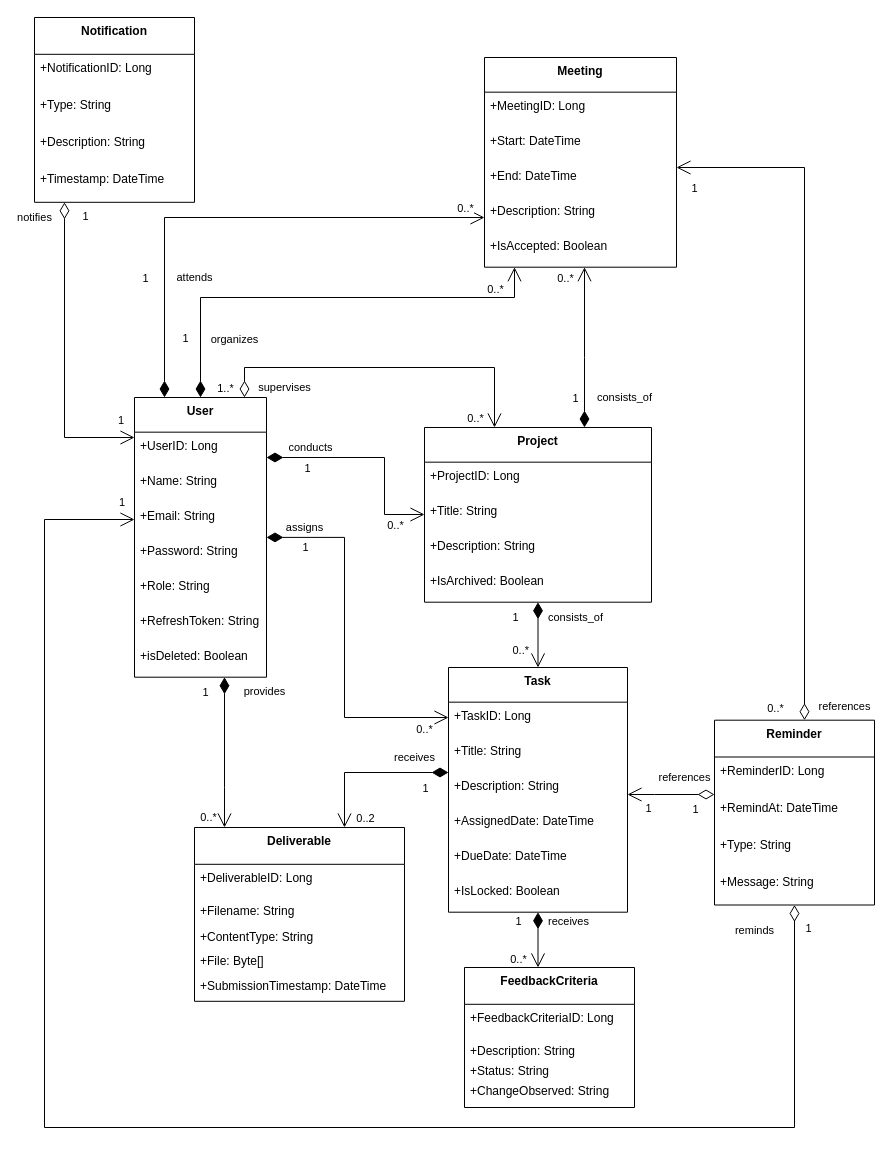
This is UML/Class Diagrams/Domain Class Diagram.drawio from Beginner50/Dissertation, a draw.io file, before an edit. Source tidied: cells renumbered, new cells numbered last; positions are measured from the earlier drawing's top-left corner, leaving out a move shared by most shapes. Both pictures are drawn from the tidied source at 100%, with x=0, y=0 at pixel (34, 17).
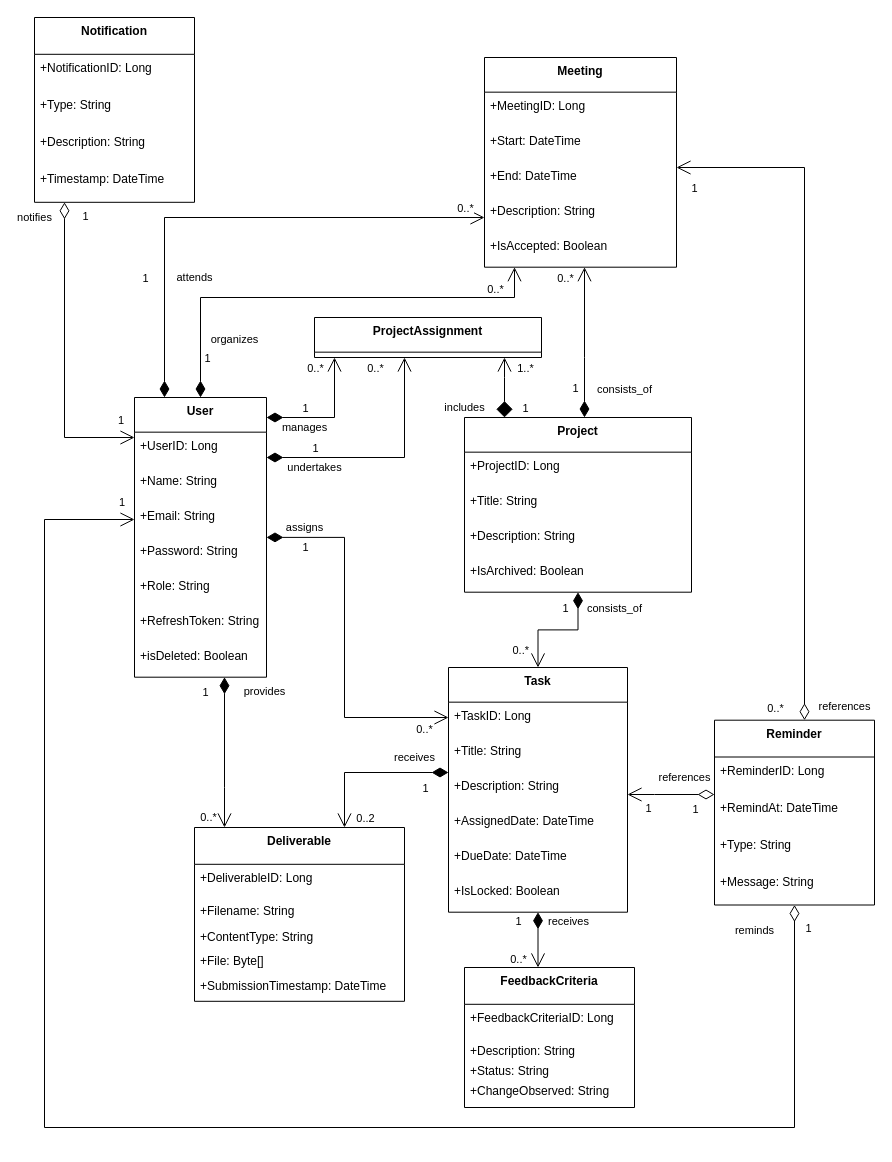
The same diagram, later.

The change refers to these unchanged cells:
```xml
<mxCell id="2" value="User" style="swimlane;fontStyle=1;align=center;verticalAlign=top;horizontal=1;startSize=34.666666666666664;" parent="1" vertex="1">
  <mxGeometry x="100" y="380" width="132" height="279.7" as="geometry" />
</mxCell>
<mxCell id="15" value="Task" style="swimlane;fontStyle=1;align=center;verticalAlign=top;horizontal=1;startSize=34.666666666666664;" parent="1" vertex="1">
  <mxGeometry x="414" y="650" width="179" height="244.7" as="geometry" />
</mxCell>
<mxCell id="53" value="organizes" style="endArrow=open;html=1;endSize=12;startArrow=diamondThin;startSize=14;startFill=1;edgeStyle=orthogonalEdgeStyle;rounded=0;" parent="1" edge="1" source="2" target="56">
  <mxGeometry x="-0.74" y="-34" relative="1" as="geometry">
    <Array as="points">
      <mxPoint x="166" y="280" />
      <mxPoint x="480" y="280" />
    </Array>
  </mxGeometry>
</mxCell>
```

Diff of the diagram source:
```diff
@@
     <mxCell id="10" value="Project" style="swimlane;fontStyle=1;align=center;verticalAlign=top;horizontal=1;startSize=34.666666666666664;" parent="1" vertex="1">
-      <mxGeometry x="390" y="410" width="227" height="174.7" as="geometry" />
+      <mxGeometry x="430" y="400" width="227" height="174.7" as="geometry" />
     </mxCell>
@@
     <mxCell id="22" value="consists_of" style="endArrow=open;html=1;endSize=12;startArrow=diamondThin;startSize=14;startFill=1;edgeStyle=orthogonalEdgeStyle;rounded=0;" parent="1" edge="1" source="10" target="15">
-      <mxGeometry x="-0.53" y="37" relative="1" as="geometry" />
+      <mxGeometry x="-0.73" y="36" relative="1" as="geometry" />
     </mxCell>
@@
     <mxCell id="24" value="1" style="edgeLabel;html=1;align=center;verticalAlign=middle;" parent="22" vertex="1">
       <mxGeometry x="-0.13" y="-1" relative="1" as="geometry">
-        <mxPoint x="-22" y="-13" as="offset" />
+        <mxPoint x="-1" y="-21" as="offset" />
       </mxGeometry>
     </mxCell>
@@
-    <mxCell id="54" value="1..*" style="edgeLabel;html=1;align=center;verticalAlign=middle;labelPosition=center;verticalLabelPosition=middle;" parent="53" vertex="1">
+    <mxCell id="54" value="1" style="edgeLabel;html=1;align=center;verticalAlign=middle;labelPosition=center;verticalLabelPosition=middle;" parent="53" vertex="1">
       <mxGeometry x="-1" relative="1" as="geometry">
-        <mxPoint x="24" y="-10" as="offset" />
+        <mxPoint x="104" y="10" as="offset" />
       </mxGeometry>
     </mxCell>
@@
-    <mxCell id="62" value="supervises" style="endArrow=open;html=1;endSize=12;startArrow=diamondThin;startSize=14;startFill=0;edgeStyle=orthogonalEdgeStyle;rounded=0;endFill=0;" parent="1" edge="1" source="2" target="10">
-      <mxGeometry x="-0.59" y="-20" relative="1" as="geometry">
+    <mxCell id="62" value="manages" style="endArrow=open;html=1;endSize=12;startArrow=diamondThin;startSize=14;startFill=1;edgeStyle=orthogonalEdgeStyle;rounded=0;endFill=0;" parent="1" edge="1" source="2" target="91">
+      <mxGeometry x="-0.41" y="-10" relative="1" as="geometry">
         <Array as="points">
-          <mxPoint x="210" y="350" />
-          <mxPoint x="460" y="350" />
+          <mxPoint x="300" y="400" />
         </Array>
       </mxGeometry>
     </mxCell>
@@
     <mxCell id="64" value="0..*" style="edgeLabel;html=1;align=center;verticalAlign=middle;labelPosition=center;verticalLabelPosition=middle;" parent="62" vertex="1">
       <mxGeometry x="1" relative="1" as="geometry">
-        <mxPoint x="-20" y="-10" as="offset" />
+        <mxPoint x="-20" y="10" as="offset" />
       </mxGeometry>
     </mxCell>
@@
-    <mxCell id="88" value="conducts" style="endArrow=open;html=1;endSize=12;startArrow=diamondThin;startSize=14;startFill=1;edgeStyle=orthogonalEdgeStyle;rounded=0;" parent="1" edge="1" source="2" target="10">
-      <mxGeometry x="-0.59" y="10" relative="1" as="geometry">
+    <mxCell id="88" value="undertakes" style="endArrow=open;html=1;endSize=12;startArrow=diamondThin;startSize=14;startFill=1;edgeStyle=orthogonalEdgeStyle;rounded=0;" parent="1" edge="1" source="2" target="91">
+      <mxGeometry x="-0.6" y="-10" relative="1" as="geometry">
         <Array as="points">
-          <mxPoint x="350" y="440" />
-          <mxPoint x="350" y="497" />
+          <mxPoint x="370" y="440" />
         </Array>
       </mxGeometry>
     </mxCell>
     <mxCell id="89" value="1" style="edgeLabel;html=1;align=center;verticalAlign=middle;labelPosition=center;verticalLabelPosition=middle;" parent="88" vertex="1">
       <mxGeometry x="-1" relative="1" as="geometry">
-        <mxPoint x="40" y="10" as="offset" />
+        <mxPoint x="48" y="-10" as="offset" />
       </mxGeometry>
     </mxCell>
@@
+    <mxCell id="91" value="ProjectAssignment" style="swimlane;fontStyle=1;align=center;verticalAlign=top;horizontal=1;startSize=34.666666666666664;" parent="1" vertex="1">
+      <mxGeometry x="280" y="300" width="227" height="40" as="geometry" />
+    </mxCell>
+    <mxCell id="92" value="includes" style="endArrow=open;html=1;endSize=12;startArrow=diamond;startSize=14;startFill=1;edgeStyle=orthogonalEdgeStyle;rounded=0;" parent="1" edge="1" source="10" target="91">
+      <mxGeometry x="-0.67" y="40" relative="1" as="geometry">
+        <Array as="points">
+          <mxPoint x="470" y="360" />
+          <mxPoint x="470" y="360" />
+        </Array>
+      </mxGeometry>
+    </mxCell>
+    <mxCell id="93" value="1" style="edgeLabel;html=1;align=center;verticalAlign=middle;labelPosition=center;verticalLabelPosition=middle;" parent="92" vertex="1">
+      <mxGeometry x="-1" relative="1" as="geometry">
+        <mxPoint x="20" y="-10" as="offset" />
+      </mxGeometry>
+    </mxCell>
+    <mxCell id="94" value="1..*" style="edgeLabel;html=1;align=center;verticalAlign=middle;labelPosition=center;verticalLabelPosition=middle;" parent="92" vertex="1">
+      <mxGeometry x="1" relative="1" as="geometry">
+        <mxPoint x="20" y="10" as="offset" />
+      </mxGeometry>
+    </mxCell>
```
